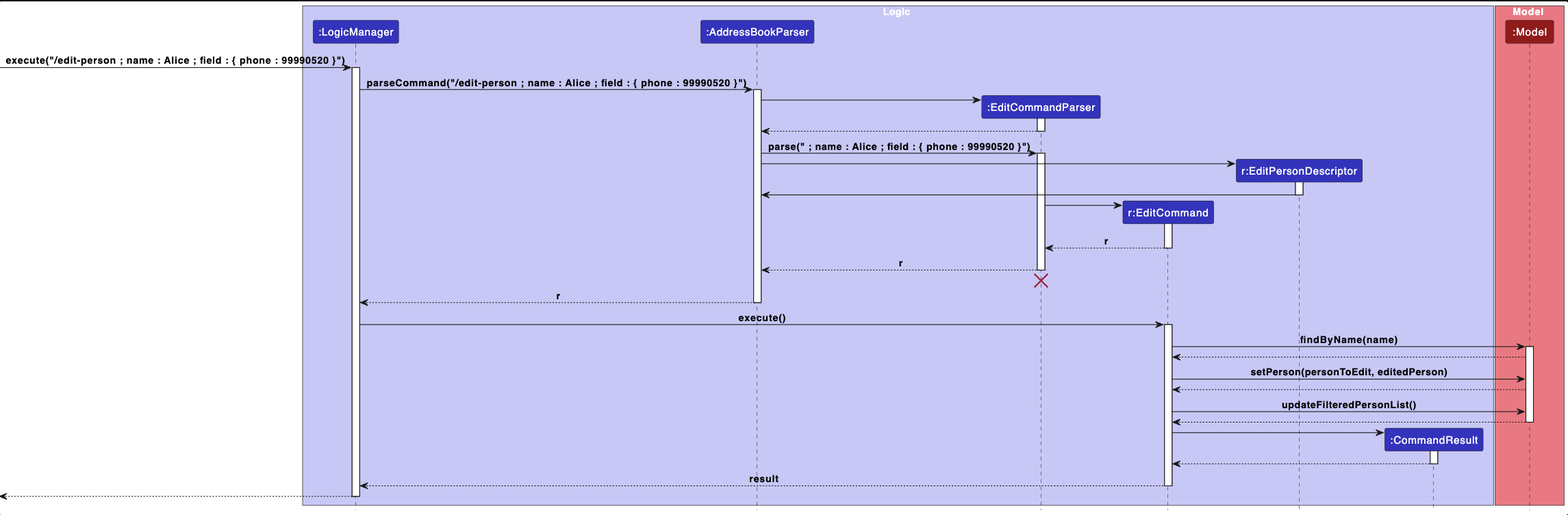
This is docs/images/EditCommandSequenceDiagram.png from yleeyilin/tp, a PlantUML export, as it was before one commit. Its source is kept beside it as docs/diagrams/EditCommandSequenceDiagram.puml. Source of this version:
```plantuml
@startuml
!include style.puml

box Logic LOGIC_COLOR_T1
participant ":LogicManager" as LogicManager LOGIC_COLOR
participant ":AddressBookParser" as AddressBookParser LOGIC_COLOR
participant ":EditCommandParser" as EditCommandParser LOGIC_COLOR
participant "r:EditCommand" as EditCommand LOGIC_COLOR
participant "r:EditPersonDescriptor" as EditPersonDescriptor LOGIC_COLOR
participant ":CommandResult" as CommandResult LOGIC_COLOR
end box

box Model MODEL_COLOR_T1
participant ":Model" as Model MODEL_COLOR
end box

[-> LogicManager : execute("/edit-person ; name : Alice ; field : { phone : 99990520 }")
activate LogicManager

LogicManager -> AddressBookParser : parseCommand("/edit-person ; name : Alice ; field : { phone : 99990520 }")
activate AddressBookParser

create EditCommandParser
AddressBookParser -> EditCommandParser
activate EditCommandParser

EditCommandParser --> AddressBookParser
deactivate EditCommandParser

AddressBookParser -> EditCommandParser : parse(" ; name : Alice ; field : { phone : 99990520 }")
activate EditCommandParser

create EditPersonDescriptor
AddressBookParser -> EditPersonDescriptor
activate EditPersonDescriptor
EditPersonDescriptor -> AddressBookParser
deactivate EditPersonDescriptor

create EditCommand
EditCommandParser -> EditCommand
activate EditCommand

EditCommand --> EditCommandParser : r
deactivate EditCommand

EditCommandParser --> AddressBookParser : r
deactivate EditCommandParser

EditCommandParser -[hidden]-> AddressBookParser
destroy EditCommandParser

AddressBookParser --> LogicManager : r
deactivate AddressBookParser

LogicManager -> EditCommand : execute()
activate EditCommand

EditCommand -> Model : findByName(name)
activate Model

Model --> EditCommand

EditCommand -> Model : setPerson(personToEdit, editedPerson)

Model --> EditCommand

EditCommand -> Model : updateFilteredPersonList()

Model --> EditCommand
deactivate Model

create CommandResult
EditCommand -> CommandResult
activate CommandResult

CommandResult --> EditCommand
deactivate CommandResult

EditCommand --> LogicManager : result
deactivate EditCommand

[<--LogicManager
deactivate LogicManager
@enduml
```
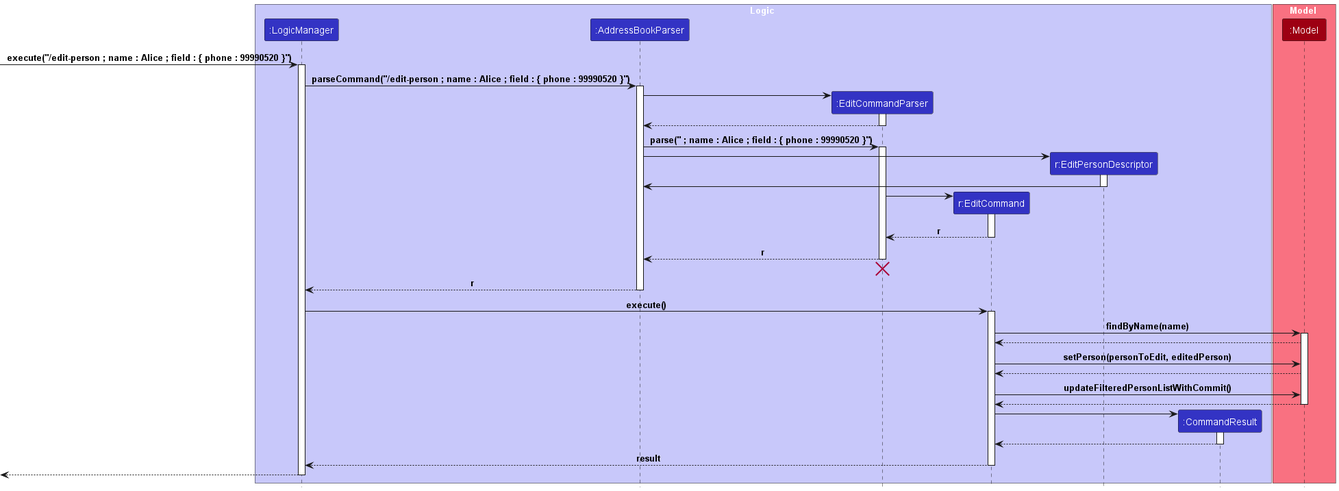
After the commit.

The edit, as a diff of the source:
```diff
@@ -64,7 +64,7 @@
 
 Model --> EditCommand
 
-EditCommand -> Model : updateFilteredPersonList()
+EditCommand -> Model : updateFilteredPersonListWithCommit()
 
 Model --> EditCommand
 deactivate Model
```
